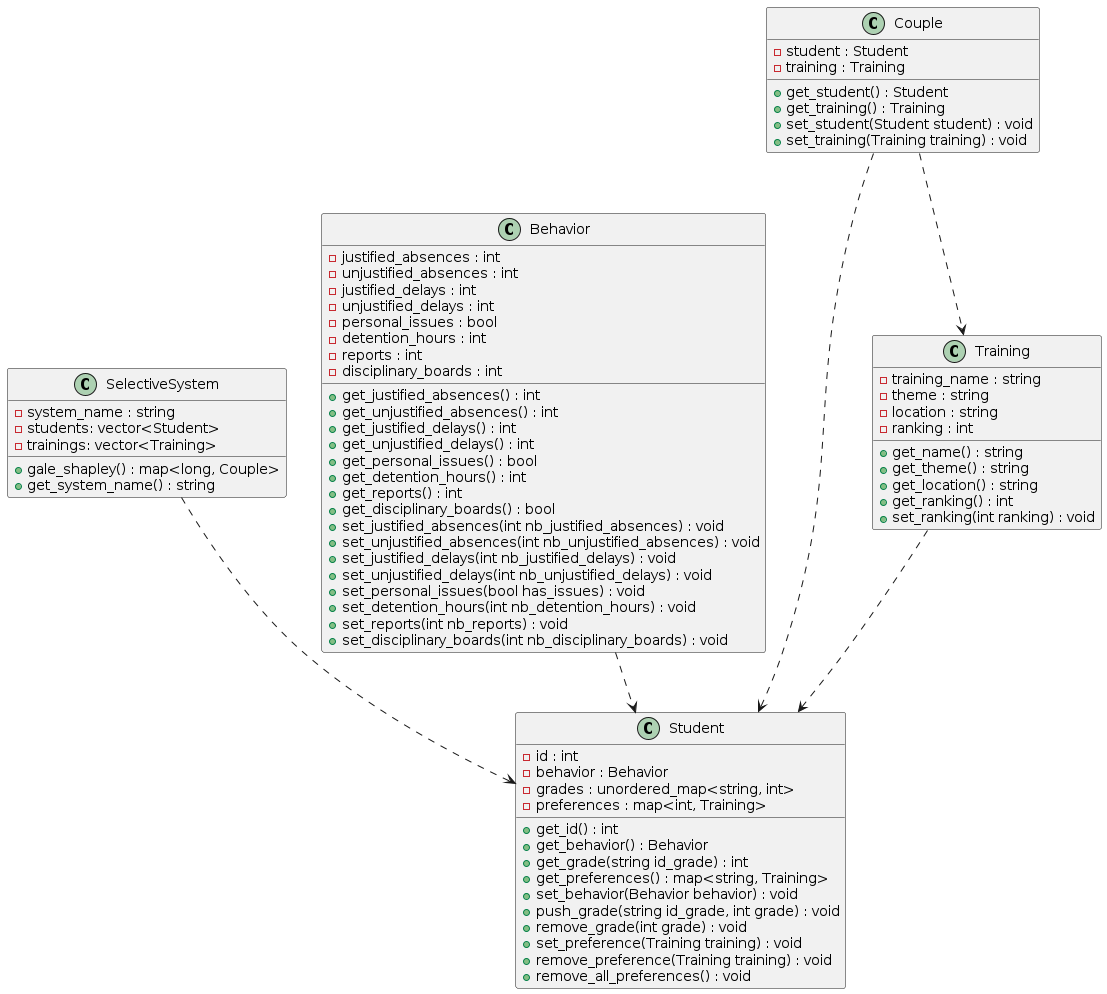
This is uml/diagram.png from Padrese/selection_sys, a PlantUML export, as it was before one commit.
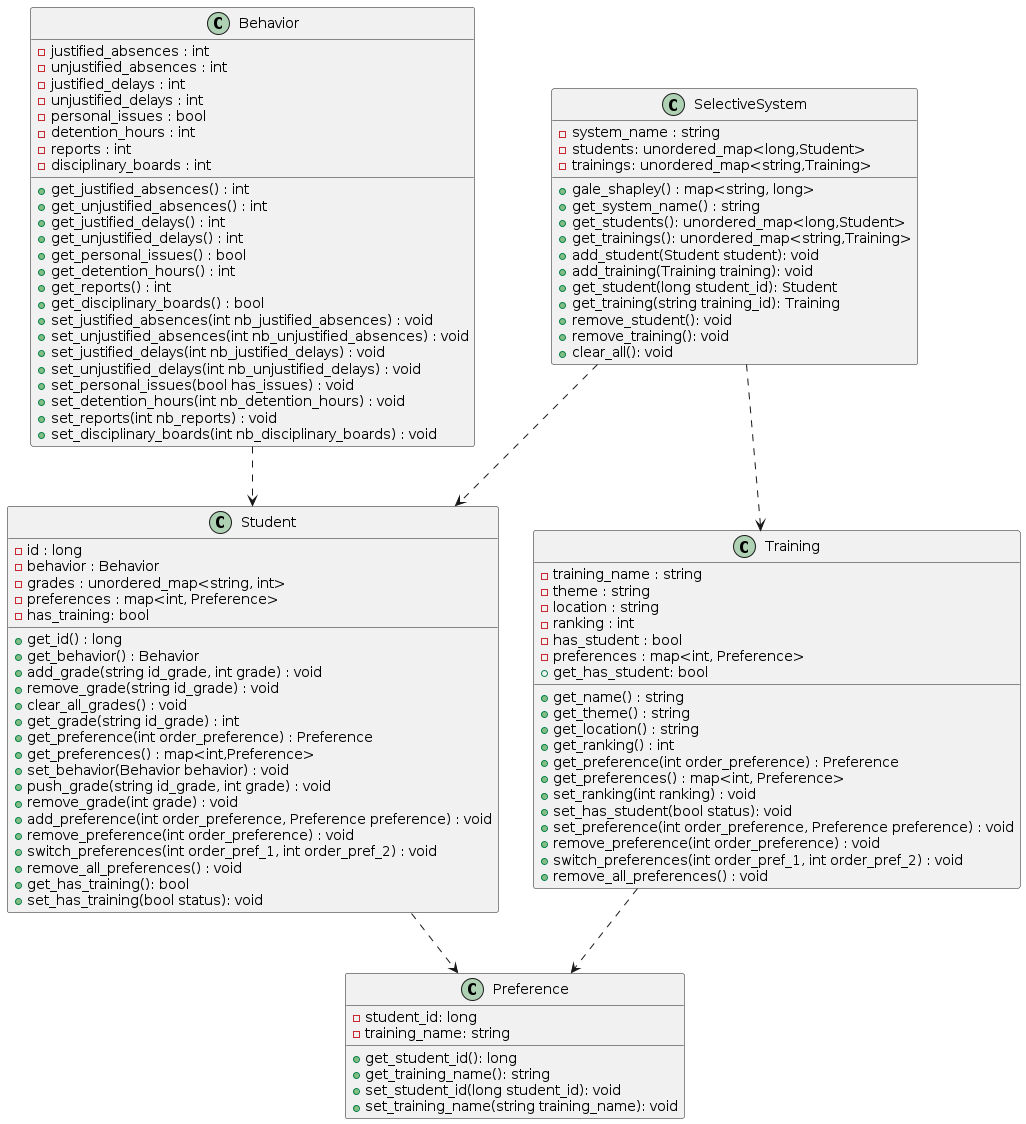
The same diagram one commit later.

Commit message:
Updated UML diagram

Change to the diagram source:
```diff
@@ -1,35 +1,51 @@
 @startuml diagram
 
 SelectiveSystem ..> Student
+SelectiveSystem ..> Training
 Behavior ..> Student
-Training ..> Student
-Couple ..> Student
-Couple ..> Training
-
+Training ..> Preference
+Student ..> Preference
 
 class Student {
-    -id : int
+    -id : long
     -behavior : Behavior
     -grades : unordered_map<string, int>
-    -preferences : map<int, Training>
-    +get_id() : int
+    -preferences : map<int, Preference>
+    -has_training: bool
+    +get_id() : long
     +get_behavior() : Behavior
+    +add_grade(string id_grade, int grade) : void
+    +remove_grade(string id_grade) : void
+    +clear_all_grades() : void
     +get_grade(string id_grade) : int
-    +get_preferences() : map<string, Training>
+    +get_preference(int order_preference) : Preference
+    +get_preferences() : map<int,Preference>
     +set_behavior(Behavior behavior) : void
     +push_grade(string id_grade, int grade) : void
     +remove_grade(int grade) : void
-    +set_preference(Training training) : void
-    +remove_preference(Training training) : void
+    +add_preference(int order_preference, Preference preference) : void
+    +remove_preference(int order_preference) : void
+    +switch_preferences(int order_pref_1, int order_pref_2) : void
     +remove_all_preferences() : void
+    +get_has_training(): bool
+    +set_has_training(bool status): void
 }
 
 class SelectiveSystem {
     -system_name : string
-    -students: vector<Student>
-    -trainings: vector<Training>
-    + gale_shapley() : map<long, Couple>
+    -students: unordered_map<long,Student>
+    -trainings: unordered_map<string,Training>
+    + gale_shapley() : map<string, long>
     + get_system_name() : string
+    + get_students(): unordered_map<long,Student>
+    + get_trainings(): unordered_map<string,Training>
+    + add_student(Student student): void
+    + add_training(Training training): void
+    + get_student(long student_id): Student
+    + get_training(string training_id): Training
+    + remove_student(): void
+    + remove_training(): void
+    + clear_all(): void
 }
 
 class Training {
@@ -37,11 +53,30 @@
     - theme : string
     - location : string
     - ranking : int
+    - has_student : bool
+    - preferences : map<int, Preference>
     + get_name() : string
     + get_theme() : string
     + get_location() : string
     + get_ranking() : int
+    + get_has_student: bool
+    + get_preference(int order_preference) : Preference
+    + get_preferences() : map<int, Preference>
     + set_ranking(int ranking) : void
+    + set_has_student(bool status): void
+    + set_preference(int order_preference, Preference preference) : void
+    + remove_preference(int order_preference) : void
+    + switch_preferences(int order_pref_1, int order_pref_2) : void
+    + remove_all_preferences() : void
+}
+
+class Preference{
+    - student_id: long
+    - training_name: string
+    + get_student_id(): long
+    + get_training_name(): string
+    + set_student_id(long student_id): void
+    + set_training_name(string training_name): void
 }
 
 
@@ -72,14 +107,5 @@
     +set_disciplinary_boards(int nb_disciplinary_boards) : void
 }
 
-class Couple {
-    -student : Student
-    -training : Training
-    + get_student() : Student
-    + get_training() : Training
-    + set_student(Student student) : void
-    + set_training(Training training) : void
-}
-
 
 @enduml
```
